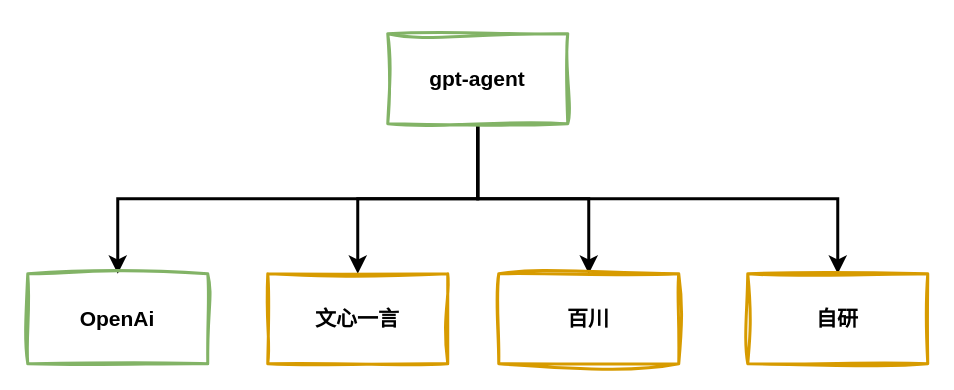
Above: tech/gpt/gpt.drawio in zhuanzhuan-tech/arch-draw-io (draw.io), before the change. Source tidied: cells renumbered, new cells numbered last; positions are measured from the earlier drawing's top-left corner, leaving out a move shared by most shapes. Both pictures are drawn from the tidied source at 150%, with x=0, y=0 at pixel (27, 33).
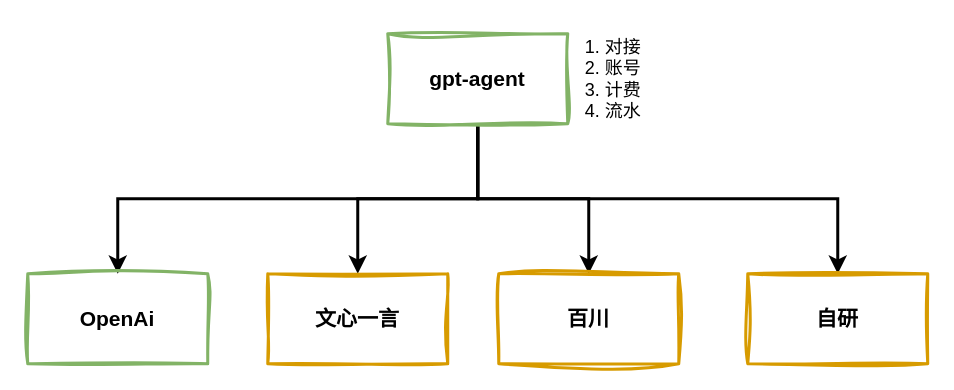
After the change.

Change to the diagram source:
```diff
@@
 <mxGraphModel>
   <root>
     <mxCell id="0" />
     <mxCell id="1" parent="0" />
     <mxCell id="2" style="edgeStyle=orthogonalEdgeStyle;rounded=0;jettySize=auto;html=1;exitX=0.5;exitY=1;exitDx=0;exitDy=0;entryX=0.5;entryY=0;entryDx=0;entryDy=0;strokeWidth=2;" parent="1" edge="1" source="6" target="7">
       <mxGeometry relative="1" as="geometry" />
     </mxCell>
     <mxCell id="3" style="edgeStyle=orthogonalEdgeStyle;rounded=0;jettySize=auto;html=1;exitX=0.5;exitY=1;exitDx=0;exitDy=0;entryX=0.5;entryY=0;entryDx=0;entryDy=0;strokeWidth=2;" parent="1" edge="1" source="6" target="8">
       <mxGeometry relative="1" as="geometry" />
     </mxCell>
     <mxCell id="4" style="edgeStyle=orthogonalEdgeStyle;rounded=0;jettySize=auto;html=1;exitX=0.5;exitY=1;exitDx=0;exitDy=0;entryX=0.5;entryY=0;entryDx=0;entryDy=0;strokeWidth=2;" parent="1" edge="1" source="6" target="9">
       <mxGeometry relative="1" as="geometry" />
     </mxCell>
     <mxCell id="5" style="edgeStyle=orthogonalEdgeStyle;rounded=0;jettySize=auto;html=1;exitX=0.5;exitY=1;exitDx=0;exitDy=0;entryX=0.5;entryY=0;entryDx=0;entryDy=0;strokeWidth=2;" parent="1" edge="1" source="6" target="10">
       <mxGeometry relative="1" as="geometry" />
     </mxCell>
     <mxCell id="6" value="&lt;font style=&quot;font-size: 14px;&quot;&gt;&lt;b&gt;gpt-agent&lt;/b&gt;&lt;/font&gt;" style="rounded=0;whiteSpace=wrap;html=1;strokeWidth=2;fillColor=none;sketch=1;curveFitting=1;jiggle=2;strokeColor=#82b366;" parent="1" vertex="1">
       <mxGeometry x="240" width="120" height="60" as="geometry" />
     </mxCell>
     <mxCell id="7" value="&lt;span style=&quot;font-size: 14px;&quot;&gt;&lt;b&gt;OpenAi&lt;/b&gt;&lt;/span&gt;" style="rounded=0;whiteSpace=wrap;html=1;strokeWidth=2;fillColor=none;sketch=1;curveFitting=1;jiggle=2;strokeColor=#82b366;" parent="1" vertex="1">
       <mxGeometry y="160" width="120" height="60" as="geometry" />
     </mxCell>
     <mxCell id="8" value="&lt;span style=&quot;font-size: 14px;&quot;&gt;&lt;b&gt;文心一言&lt;/b&gt;&lt;/span&gt;" style="rounded=0;whiteSpace=wrap;html=1;strokeWidth=2;fillColor=none;sketch=1;curveFitting=1;jiggle=2;strokeColor=#d79b00;" parent="1" vertex="1">
       <mxGeometry x="160" y="160" width="120" height="60" as="geometry" />
     </mxCell>
     <mxCell id="9" value="&lt;span style=&quot;font-size: 14px;&quot;&gt;&lt;b&gt;百川&lt;/b&gt;&lt;/span&gt;" style="rounded=0;whiteSpace=wrap;html=1;strokeWidth=2;fillColor=none;sketch=1;curveFitting=1;jiggle=2;strokeColor=#d79b00;" parent="1" vertex="1">
       <mxGeometry x="314" y="160" width="120" height="60" as="geometry" />
     </mxCell>
     <mxCell id="10" value="&lt;span style=&quot;font-size: 14px;&quot;&gt;&lt;b&gt;自研&lt;/b&gt;&lt;/span&gt;" style="rounded=0;whiteSpace=wrap;html=1;strokeWidth=2;fillColor=none;sketch=1;curveFitting=1;jiggle=2;strokeColor=#d79b00;" parent="1" vertex="1">
       <mxGeometry x="480" y="160" width="120" height="60" as="geometry" />
     </mxCell>
+    <mxCell id="11" value="1. 对接&lt;div&gt;2. 账号&lt;/div&gt;&lt;div&gt;3. 计费&lt;/div&gt;&lt;div&gt;4. 流水&lt;/div&gt;" style="text;html=1;align=center;verticalAlign=middle;strokeColor=none;fillColor=none;" parent="1" vertex="1">
+      <mxGeometry x="360" y="-5" width="60" height="70" as="geometry" />
+    </mxCell>
   </root>
 </mxGraphModel>
```
